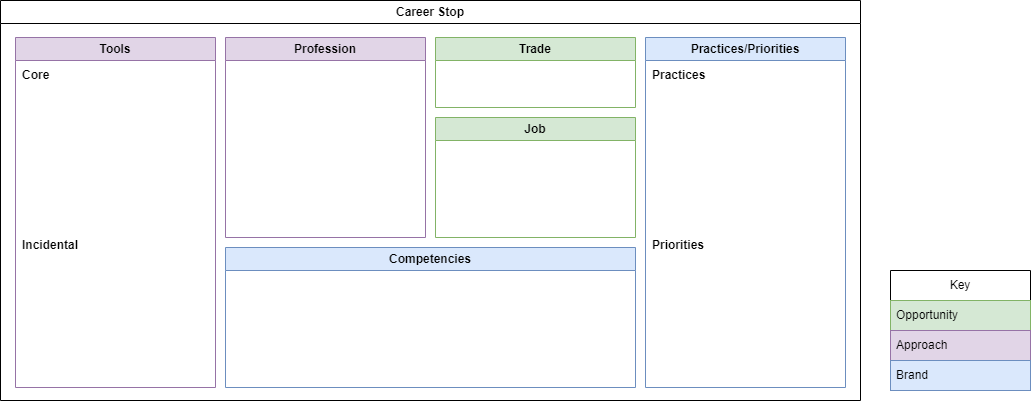
This is images/careerstop-template.drawio.png from pgaljan/pgaljan.github.io, a draw.io export, as it was before one commit. Source tidied: cells renumbered, new cells last; positions are measured from the earlier drawing's top-left corner, leaving out a move shared by most shapes.
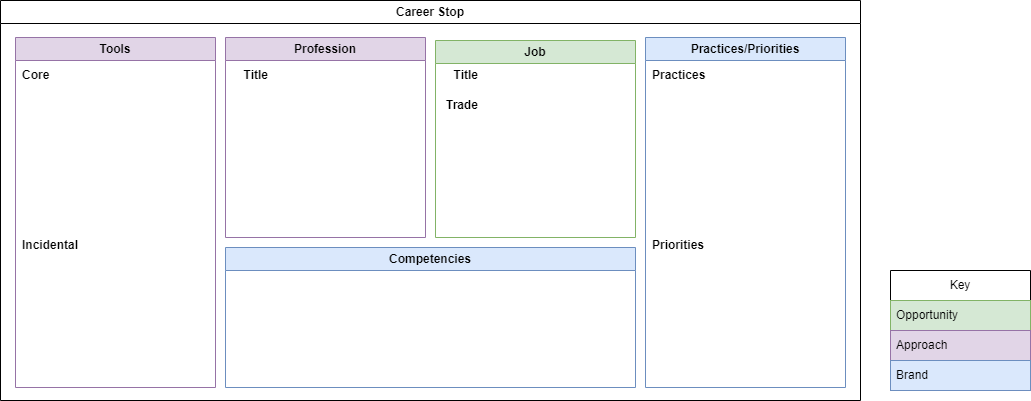
After the change.

Change to the diagram source:
```diff
@@ -29,12 +29,18 @@
     <mxCell id="10" value="Profession" style="swimlane;whiteSpace=wrap;html=1;fillColor=#e1d5e7;strokeColor=#9673a6;" parent="2" vertex="1">
       <mxGeometry x="225" y="37" width="200" height="200" as="geometry" />
     </mxCell>
+    <mxCell id="17" value="Title" style="text;html=1;align=right;verticalAlign=middle;whiteSpace=wrap;rounded=0;fontStyle=1;" parent="10" vertex="1">
+      <mxGeometry x="5" y="23" width="40" height="30" as="geometry" />
+    </mxCell>
+    <mxCell id="12" value="Job" style="swimlane;whiteSpace=wrap;html=1;fillColor=#d5e8d4;strokeColor=#82b366;" parent="2" vertex="1">
+      <mxGeometry x="435" y="40" width="200" height="197" as="geometry" />
+    </mxCell>
+    <mxCell id="18" value="Title" style="text;html=1;align=right;verticalAlign=middle;whiteSpace=wrap;rounded=0;fontStyle=1;" parent="12" vertex="1">
+      <mxGeometry x="5" y="20" width="40" height="30" as="geometry" />
+    </mxCell>
-    <mxCell id="11" value="Trade" style="swimlane;whiteSpace=wrap;html=1;fillColor=#d5e8d4;strokeColor=#82b366;" parent="2" vertex="1">
-      <mxGeometry x="435" y="37" width="200" height="70" as="geometry" />
+    <mxCell id="11" value="Trade" style="text;html=1;align=right;verticalAlign=middle;whiteSpace=wrap;rounded=0;fontStyle=1;" parent="12" vertex="1">
+      <mxGeometry x="5" y="50" width="40" height="30" as="geometry" />
     </mxCell>
-    <mxCell id="12" value="Job" style="swimlane;whiteSpace=wrap;html=1;fillColor=#d5e8d4;strokeColor=#82b366;" parent="2" vertex="1">
-      <mxGeometry x="435" y="117" width="200" height="120" as="geometry" />
-    </mxCell>
     <mxCell id="13" value="Key" style="swimlane;fontStyle=0;horizontal=1;startSize=30;whiteSpace=wrap;html=1;" parent="1" vertex="1">
       <mxGeometry x="890" y="270" width="140" height="120" as="geometry" />
     </mxCell>
```
